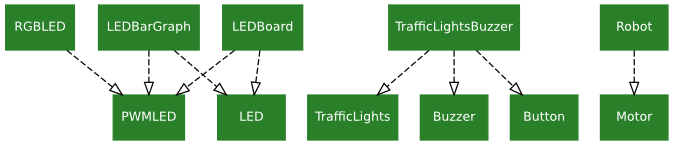
The Graphviz diagram docs/images/composed_devices.png in gpiozero/gpiozero, before a commit. Its source is kept beside it as docs/images/composed_devices.dot. The source it was exported from:
```dot
/* vim: set et sw=4 sts=4: */

digraph classes {
    graph [rankdir=TB];
    node [shape=rect, style=filled, color="#298029", fontname=Sans, fontcolor="#ffffff", fontsize=10];
    edge [arrowhead=onormal, style=dashed];

    RGBLED->PWMLED;
    LEDBoard->LED;
    LEDBoard->PWMLED;
    LEDBarGraph->LED;
    LEDBarGraph->PWMLED;

    TrafficLightsBuzzer->TrafficLights;
    TrafficLightsBuzzer->Buzzer;
    TrafficLightsBuzzer->Button;

    Robot->Motor;
}
```
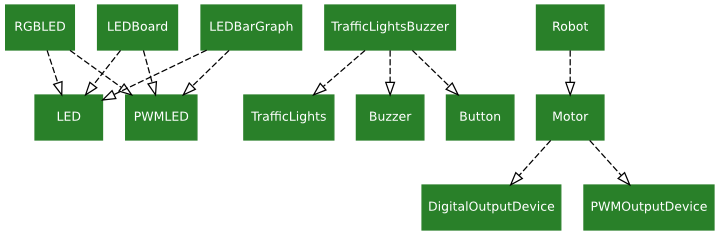
Above is the later version.

Diff of the diagram source:
```diff
@@ -5,6 +5,7 @@
     node [shape=rect, style=filled, color="#298029", fontname=Sans, fontcolor="#ffffff", fontsize=10];
     edge [arrowhead=onormal, style=dashed];
 
+    RGBLED->LED;
     RGBLED->PWMLED;
     LEDBoard->LED;
     LEDBoard->PWMLED;
@@ -16,4 +17,6 @@
     TrafficLightsBuzzer->Button;
 
     Robot->Motor;
+    Motor->DigitalOutputDevice;
+    Motor->PWMOutputDevice;
 }
```
